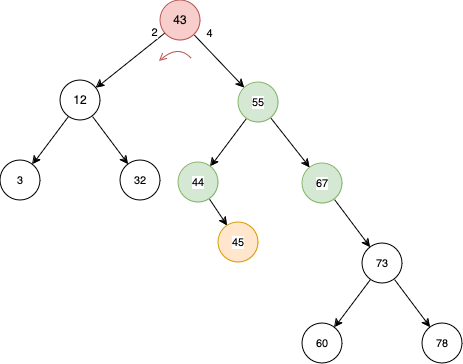
Before: public/images/comp2521-revision/q10-avl-explanation-4.png, a diagram exported from draw.io (csesoc/learn). Source tidied: cells renumbered, new cells last; positions are measured from the earlier drawing's top-left corner, leaving out a move shared by most shapes. Its diagram source:
```xml
<mxGraphModel>
  <root>
    <mxCell id="0" />
    <mxCell id="1" parent="0" />
    <mxCell id="2" style="rounded=0;jettySize=auto;html=1;" parent="1" edge="1" source="4" target="7">
      <mxGeometry relative="1" as="geometry" />
    </mxCell>
    <mxCell id="3" style="edgeStyle=none;shape=connector;rounded=0;jettySize=auto;html=1;strokeColor=default;align=center;verticalAlign=middle;fontFamily=Helvetica;fontSize=11;fontColor=default;labelBackgroundColor=default;endArrow=classic;" parent="1" edge="1" source="4" target="14">
      <mxGeometry relative="1" as="geometry" />
    </mxCell>
    <mxCell id="4" value="43" style="ellipse;whiteSpace=wrap;html=1;fillColor=#f8cecc;strokeColor=#b85450;" parent="1" vertex="1">
      <mxGeometry x="160" width="40" height="40" as="geometry" />
    </mxCell>
    <mxCell id="5" style="edgeStyle=none;shape=connector;rounded=0;jettySize=auto;html=1;strokeColor=default;align=center;verticalAlign=middle;fontFamily=Helvetica;fontSize=11;fontColor=default;labelBackgroundColor=default;endArrow=classic;" parent="1" edge="1" source="7" target="8">
      <mxGeometry relative="1" as="geometry" />
    </mxCell>
    <mxCell id="6" style="edgeStyle=none;shape=connector;rounded=0;jettySize=auto;html=1;strokeColor=default;align=center;verticalAlign=middle;fontFamily=Helvetica;fontSize=11;fontColor=default;labelBackgroundColor=default;endArrow=classic;" parent="1" edge="1" source="7" target="9">
      <mxGeometry relative="1" as="geometry" />
    </mxCell>
    <mxCell id="7" value="12" style="ellipse;whiteSpace=wrap;html=1;" parent="1" vertex="1">
      <mxGeometry x="60" y="80" width="40" height="40" as="geometry" />
    </mxCell>
    <mxCell id="8" value="3" style="ellipse;whiteSpace=wrap;html=1;fontFamily=Helvetica;fontSize=11;fontColor=default;labelBackgroundColor=default;" parent="1" vertex="1">
      <mxGeometry y="160" width="40" height="40" as="geometry" />
    </mxCell>
    <mxCell id="9" value="32" style="ellipse;whiteSpace=wrap;html=1;fontFamily=Helvetica;fontSize=11;fontColor=default;labelBackgroundColor=default;" parent="1" vertex="1">
      <mxGeometry x="120" y="160" width="40" height="40" as="geometry" />
    </mxCell>
    <mxCell id="10" style="edgeStyle=none;shape=connector;rounded=0;jettySize=auto;html=1;strokeColor=default;align=center;verticalAlign=middle;fontFamily=Helvetica;fontSize=11;fontColor=default;labelBackgroundColor=default;endArrow=classic;" parent="1" edge="1" source="11" target="20">
      <mxGeometry relative="1" as="geometry" />
    </mxCell>
    <mxCell id="11" value="67" style="ellipse;whiteSpace=wrap;html=1;fontFamily=Helvetica;fontSize=11;labelBackgroundColor=default;fillColor=#d5e8d4;strokeColor=#82b366;" parent="1" vertex="1">
      <mxGeometry x="302" y="163" width="40" height="40" as="geometry" />
    </mxCell>
    <mxCell id="12" style="edgeStyle=none;shape=connector;rounded=0;jettySize=auto;html=1;strokeColor=default;align=center;verticalAlign=middle;fontFamily=Helvetica;fontSize=11;fontColor=default;labelBackgroundColor=default;endArrow=classic;" parent="1" edge="1" source="14" target="16">
      <mxGeometry relative="1" as="geometry" />
    </mxCell>
    <mxCell id="13" style="edgeStyle=none;shape=connector;rounded=0;jettySize=auto;html=1;strokeColor=default;align=center;verticalAlign=middle;fontFamily=Helvetica;fontSize=11;fontColor=default;labelBackgroundColor=default;endArrow=classic;" parent="1" edge="1" source="14" target="11">
      <mxGeometry relative="1" as="geometry" />
    </mxCell>
    <mxCell id="14" value="55" style="ellipse;whiteSpace=wrap;html=1;fontFamily=Helvetica;fontSize=11;labelBackgroundColor=default;fillColor=#d5e8d4;strokeColor=#82b366;" parent="1" vertex="1">
      <mxGeometry x="238" y="82" width="40" height="40" as="geometry" />
    </mxCell>
    <mxCell id="15" style="edgeStyle=none;shape=connector;rounded=0;jettySize=auto;html=1;strokeColor=default;align=center;verticalAlign=middle;fontFamily=Helvetica;fontSize=11;fontColor=default;labelBackgroundColor=default;endArrow=classic;" parent="1" edge="1" source="16" target="22">
      <mxGeometry relative="1" as="geometry" />
    </mxCell>
    <mxCell id="16" value="&lt;span style=&quot;background-color: transparent;&quot;&gt;44&lt;/span&gt;" style="ellipse;whiteSpace=wrap;html=1;fontFamily=Helvetica;fontSize=11;labelBackgroundColor=default;fillColor=#d5e8d4;strokeColor=#82b366;" parent="1" vertex="1">
      <mxGeometry x="178" y="162" width="40" height="40" as="geometry" />
    </mxCell>
    <mxCell id="17" value="60" style="ellipse;whiteSpace=wrap;html=1;fontFamily=Helvetica;fontSize=11;fontColor=default;labelBackgroundColor=default;" parent="1" vertex="1">
      <mxGeometry x="302" y="323" width="40" height="40" as="geometry" />
    </mxCell>
    <mxCell id="18" style="edgeStyle=none;shape=connector;rounded=0;jettySize=auto;html=1;strokeColor=default;align=center;verticalAlign=middle;fontFamily=Helvetica;fontSize=11;fontColor=default;labelBackgroundColor=default;endArrow=classic;" parent="1" edge="1" source="20" target="21">
      <mxGeometry relative="1" as="geometry" />
    </mxCell>
    <mxCell id="19" style="edgeStyle=none;shape=connector;rounded=0;jettySize=auto;html=1;strokeColor=default;align=center;verticalAlign=middle;fontFamily=Helvetica;fontSize=11;fontColor=default;labelBackgroundColor=default;endArrow=classic;" parent="1" edge="1" source="20" target="17">
      <mxGeometry relative="1" as="geometry" />
    </mxCell>
    <mxCell id="20" value="73" style="ellipse;whiteSpace=wrap;html=1;fontFamily=Helvetica;fontSize=11;fontColor=default;labelBackgroundColor=default;" parent="1" vertex="1">
      <mxGeometry x="362" y="243" width="40" height="40" as="geometry" />
    </mxCell>
    <mxCell id="21" value="78" style="ellipse;whiteSpace=wrap;html=1;fontFamily=Helvetica;fontSize=11;fontColor=default;labelBackgroundColor=default;" parent="1" vertex="1">
      <mxGeometry x="422" y="323" width="40" height="40" as="geometry" />
    </mxCell>
    <mxCell id="22" value="45" style="ellipse;whiteSpace=wrap;html=1;fontFamily=Helvetica;fontSize=11;labelBackgroundColor=default;fillColor=#ffe6cc;strokeColor=#d79b00;" parent="1" vertex="1">
      <mxGeometry x="218" y="222" width="40" height="40" as="geometry" />
    </mxCell>
    <mxCell id="23" value="2" style="text;html=1;align=center;verticalAlign=middle;strokeColor=none;fillColor=none;fontFamily=Helvetica;fontSize=11;fontColor=default;labelBackgroundColor=default;" parent="1" vertex="1">
      <mxGeometry x="142" y="19" width="24" height="25" as="geometry" />
    </mxCell>
    <mxCell id="24" value="4" style="text;html=1;align=center;verticalAlign=middle;strokeColor=none;fillColor=none;fontFamily=Helvetica;fontSize=11;fontColor=default;labelBackgroundColor=default;" parent="1" vertex="1">
      <mxGeometry x="197" y="20" width="24" height="25" as="geometry" />
    </mxCell>
    <mxCell id="25" style="curved=1;endArrow=open;html=1;rounded=0;strokeColor=#b85450;align=center;verticalAlign=middle;fontFamily=Helvetica;fontSize=11;fontColor=default;labelBackgroundColor=default;fillColor=#f8cecc;endFill=0;" parent="1" edge="1">
      <mxGeometry relative="1" as="geometry">
        <mxPoint x="191" y="58" as="sourcePoint" />
        <mxPoint x="159" y="61" as="targetPoint" />
        <Array as="points">
          <mxPoint x="178" y="44" />
        </Array>
      </mxGeometry>
    </mxCell>
  </root>
</mxGraphModel>
```
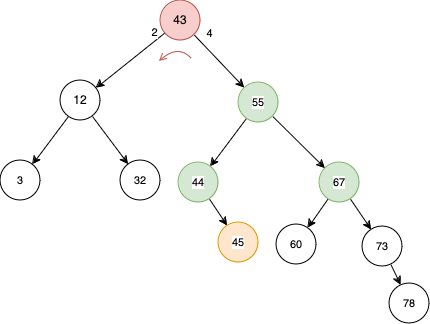
The same diagram one commit later.

Diff of the diagram source:
```diff
@@ -5,7 +5,7 @@
     <mxCell id="2" style="rounded=0;jettySize=auto;html=1;" parent="1" edge="1" source="4" target="7">
       <mxGeometry relative="1" as="geometry" />
     </mxCell>
-    <mxCell id="3" style="edgeStyle=none;shape=connector;rounded=0;jettySize=auto;html=1;strokeColor=default;align=center;verticalAlign=middle;fontFamily=Helvetica;fontSize=11;fontColor=default;labelBackgroundColor=default;endArrow=classic;" parent="1" edge="1" source="4" target="14">
+    <mxCell id="3" style="edgeStyle=none;shape=connector;rounded=0;jettySize=auto;html=1;strokeColor=default;align=center;verticalAlign=middle;fontFamily=Helvetica;fontSize=11;fontColor=default;labelBackgroundColor=default;endArrow=classic;" parent="1" edge="1" source="4" target="15">
       <mxGeometry relative="1" as="geometry" />
     </mxCell>
     <mxCell id="4" value="43" style="ellipse;whiteSpace=wrap;html=1;fillColor=#f8cecc;strokeColor=#b85450;" parent="1" vertex="1">
@@ -26,41 +26,41 @@
     <mxCell id="9" value="32" style="ellipse;whiteSpace=wrap;html=1;fontFamily=Helvetica;fontSize=11;fontColor=default;labelBackgroundColor=default;" parent="1" vertex="1">
       <mxGeometry x="120" y="160" width="40" height="40" as="geometry" />
     </mxCell>
-    <mxCell id="10" style="edgeStyle=none;shape=connector;rounded=0;jettySize=auto;html=1;strokeColor=default;align=center;verticalAlign=middle;fontFamily=Helvetica;fontSize=11;fontColor=default;labelBackgroundColor=default;endArrow=classic;" parent="1" edge="1" source="11" target="20">
+    <mxCell id="10" style="edgeStyle=none;shape=connector;rounded=0;jettySize=auto;html=1;strokeColor=default;align=center;verticalAlign=middle;fontFamily=Helvetica;fontSize=11;fontColor=default;labelBackgroundColor=default;endArrow=classic;" parent="1" edge="1" source="12" target="20">
       <mxGeometry relative="1" as="geometry" />
     </mxCell>
-    <mxCell id="11" value="67" style="ellipse;whiteSpace=wrap;html=1;fontFamily=Helvetica;fontSize=11;labelBackgroundColor=default;fillColor=#d5e8d4;strokeColor=#82b366;" parent="1" vertex="1">
-      <mxGeometry x="302" y="163" width="40" height="40" as="geometry" />
+    <mxCell id="11" style="edgeStyle=none;shape=connector;rounded=0;jettySize=auto;html=1;strokeColor=default;align=center;verticalAlign=middle;fontFamily=Helvetica;fontSize=11;fontColor=default;labelBackgroundColor=default;endArrow=classic;" parent="1" edge="1" source="12" target="18">
+      <mxGeometry relative="1" as="geometry" />
     </mxCell>
-    <mxCell id="12" style="edgeStyle=none;shape=connector;rounded=0;jettySize=auto;html=1;strokeColor=default;align=center;verticalAlign=middle;fontFamily=Helvetica;fontSize=11;fontColor=default;labelBackgroundColor=default;endArrow=classic;" parent="1" edge="1" source="14" target="16">
-      <mxGeometry relative="1" as="geometry" />
+    <mxCell id="12" value="67" style="ellipse;whiteSpace=wrap;html=1;fontFamily=Helvetica;fontSize=11;labelBackgroundColor=default;fillColor=#d5e8d4;strokeColor=#82b366;" parent="1" vertex="1">
+      <mxGeometry x="319" y="162" width="40" height="40" as="geometry" />
     </mxCell>
-    <mxCell id="13" style="edgeStyle=none;shape=connector;rounded=0;jettySize=auto;html=1;strokeColor=default;align=center;verticalAlign=middle;fontFamily=Helvetica;fontSize=11;fontColor=default;labelBackgroundColor=default;endArrow=classic;" parent="1" edge="1" source="14" target="11">
+    <mxCell id="13" style="edgeStyle=none;shape=connector;rounded=0;jettySize=auto;html=1;strokeColor=default;align=center;verticalAlign=middle;fontFamily=Helvetica;fontSize=11;fontColor=default;labelBackgroundColor=default;endArrow=classic;" parent="1" edge="1" source="15" target="17">
       <mxGeometry relative="1" as="geometry" />
     </mxCell>
-    <mxCell id="14" value="55" style="ellipse;whiteSpace=wrap;html=1;fontFamily=Helvetica;fontSize=11;labelBackgroundColor=default;fillColor=#d5e8d4;strokeColor=#82b366;" parent="1" vertex="1">
-      <mxGeometry x="238" y="82" width="40" height="40" as="geometry" />
+    <mxCell id="14" style="edgeStyle=none;shape=connector;rounded=0;jettySize=auto;html=1;strokeColor=default;align=center;verticalAlign=middle;fontFamily=Helvetica;fontSize=11;fontColor=default;labelBackgroundColor=default;endArrow=classic;" parent="1" edge="1" source="15" target="12">
+      <mxGeometry relative="1" as="geometry" />
     </mxCell>
-    <mxCell id="15" style="edgeStyle=none;shape=connector;rounded=0;jettySize=auto;html=1;strokeColor=default;align=center;verticalAlign=middle;fontFamily=Helvetica;fontSize=11;fontColor=default;labelBackgroundColor=default;endArrow=classic;" parent="1" edge="1" source="16" target="22">
-      <mxGeometry relative="1" as="geometry" />
+    <mxCell id="15" value="55" style="ellipse;whiteSpace=wrap;html=1;fontFamily=Helvetica;fontSize=11;labelBackgroundColor=default;fillColor=#d5e8d4;strokeColor=#82b366;" parent="1" vertex="1">
+      <mxGeometry x="238" y="82" width="40" height="40" as="geometry" />
     </mxCell>
-    <mxCell id="16" value="&lt;span style=&quot;background-color: transparent;&quot;&gt;44&lt;/span&gt;" style="ellipse;whiteSpace=wrap;html=1;fontFamily=Helvetica;fontSize=11;labelBackgroundColor=default;fillColor=#d5e8d4;strokeColor=#82b366;" parent="1" vertex="1">
-      <mxGeometry x="178" y="162" width="40" height="40" as="geometry" />
+    <mxCell id="16" style="edgeStyle=none;shape=connector;rounded=0;jettySize=auto;html=1;strokeColor=default;align=center;verticalAlign=middle;fontFamily=Helvetica;fontSize=11;fontColor=default;labelBackgroundColor=default;endArrow=classic;" parent="1" edge="1" source="17" target="22">
+      <mxGeometry relative="1" as="geometry" />
     </mxCell>
-    <mxCell id="17" value="60" style="ellipse;whiteSpace=wrap;html=1;fontFamily=Helvetica;fontSize=11;fontColor=default;labelBackgroundColor=default;" parent="1" vertex="1">
-      <mxGeometry x="302" y="323" width="40" height="40" as="geometry" />
+    <mxCell id="17" value="&lt;span style=&quot;background-color: transparent;&quot;&gt;44&lt;/span&gt;" style="ellipse;whiteSpace=wrap;html=1;fontFamily=Helvetica;fontSize=11;labelBackgroundColor=default;fillColor=#d5e8d4;strokeColor=#82b366;" parent="1" vertex="1">
+      <mxGeometry x="178" y="162" width="40" height="40" as="geometry" />
     </mxCell>
-    <mxCell id="18" style="edgeStyle=none;shape=connector;rounded=0;jettySize=auto;html=1;strokeColor=default;align=center;verticalAlign=middle;fontFamily=Helvetica;fontSize=11;fontColor=default;labelBackgroundColor=default;endArrow=classic;" parent="1" edge="1" source="20" target="21">
-      <mxGeometry relative="1" as="geometry" />
+    <mxCell id="18" value="60" style="ellipse;whiteSpace=wrap;html=1;fontFamily=Helvetica;fontSize=11;fontColor=default;labelBackgroundColor=default;" parent="1" vertex="1">
+      <mxGeometry x="276" y="224" width="40" height="40" as="geometry" />
     </mxCell>
-    <mxCell id="19" style="edgeStyle=none;shape=connector;rounded=0;jettySize=auto;html=1;strokeColor=default;align=center;verticalAlign=middle;fontFamily=Helvetica;fontSize=11;fontColor=default;labelBackgroundColor=default;endArrow=classic;" parent="1" edge="1" source="20" target="17">
+    <mxCell id="19" style="edgeStyle=none;shape=connector;rounded=0;jettySize=auto;html=1;strokeColor=default;align=center;verticalAlign=middle;fontFamily=Helvetica;fontSize=11;fontColor=default;labelBackgroundColor=default;endArrow=classic;" parent="1" edge="1" source="20" target="21">
       <mxGeometry relative="1" as="geometry" />
     </mxCell>
     <mxCell id="20" value="73" style="ellipse;whiteSpace=wrap;html=1;fontFamily=Helvetica;fontSize=11;fontColor=default;labelBackgroundColor=default;" parent="1" vertex="1">
-      <mxGeometry x="362" y="243" width="40" height="40" as="geometry" />
+      <mxGeometry x="362" y="226" width="40" height="40" as="geometry" />
     </mxCell>
     <mxCell id="21" value="78" style="ellipse;whiteSpace=wrap;html=1;fontFamily=Helvetica;fontSize=11;fontColor=default;labelBackgroundColor=default;" parent="1" vertex="1">
-      <mxGeometry x="422" y="323" width="40" height="40" as="geometry" />
+      <mxGeometry x="389" y="283" width="40" height="40" as="geometry" />
     </mxCell>
     <mxCell id="22" value="45" style="ellipse;whiteSpace=wrap;html=1;fontFamily=Helvetica;fontSize=11;labelBackgroundColor=default;fillColor=#ffe6cc;strokeColor=#d79b00;" parent="1" vertex="1">
       <mxGeometry x="218" y="222" width="40" height="40" as="geometry" />
```
